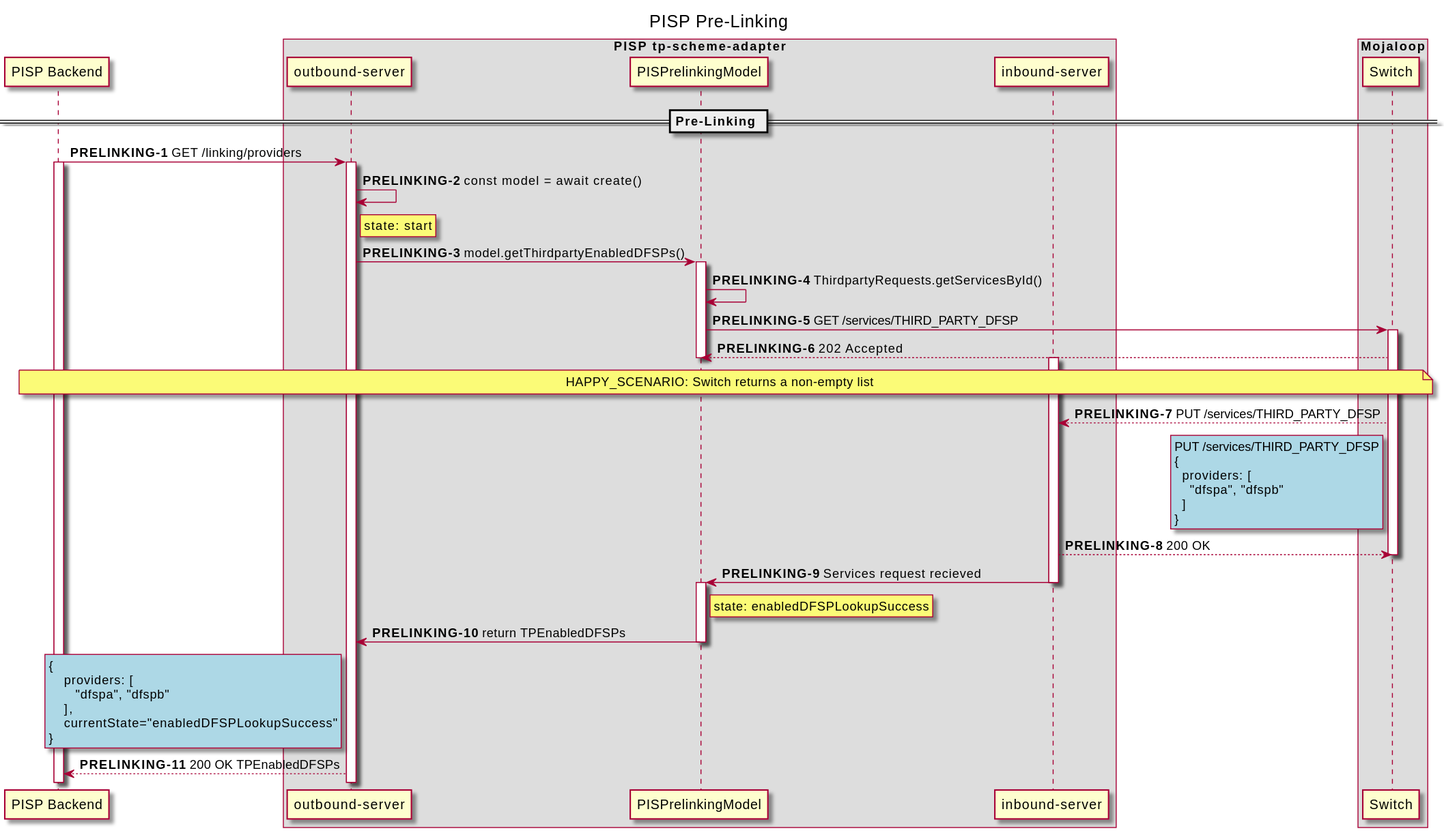
Above: out/docs/sequence/PISPPreLinkingApi/PISP Pre-Linking.svg in mojaloop/thirdparty-sdk (PlantUML), before the change.
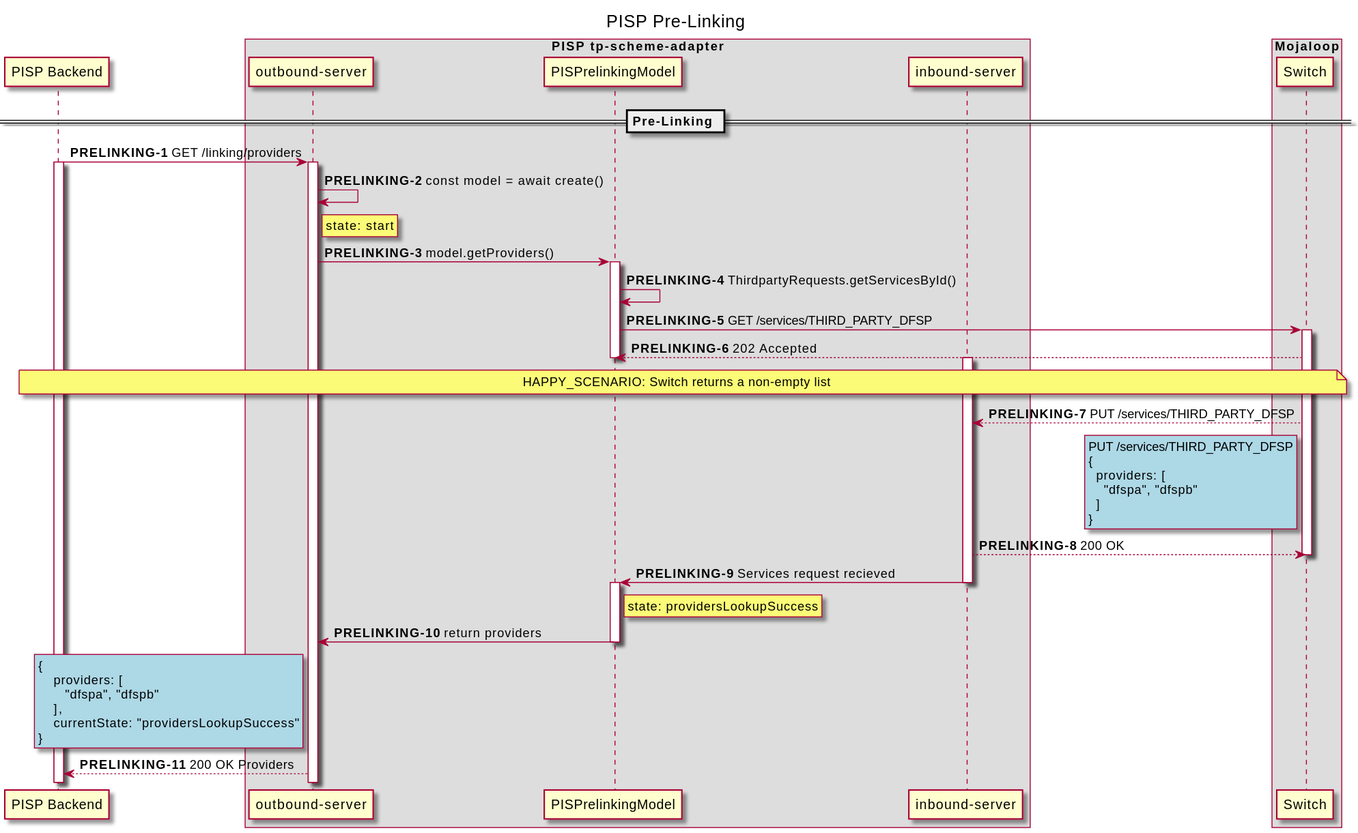
The same file after the commit.

Change to the diagram source:
```diff
@@ -22,7 +22,7 @@
 
 PISP_TP_OUT -> PISP_TP_OUT: const model = await create()
 rnote right of PISP_TP_OUT: state: start
-PISP_TP_OUT -> PISP_PLM: model.getThirdpartyEnabledDFSPs()
+PISP_TP_OUT -> PISP_PLM: model.getProviders()
 
 activate PISP_PLM
 
@@ -57,8 +57,8 @@
 deactivate PISP_TP_IN
 activate PISP_PLM
 
-rnote right of PISP_PLM: state: enabledDFSPLookupSuccess
-PISP_PLM -> PISP_TP_OUT: return TPEnabledDFSPs
+rnote right of PISP_PLM: state: providersLookupSuccess
+PISP_PLM -> PISP_TP_OUT: return providers
 
 deactivate PISP_PLM
 rnote left of PISP_TP_OUT #LightBlue
@@ -66,9 +66,9 @@
     providers: [
        "dfspa", "dfspb"
     ],
-    currentState="enabledDFSPLookupSuccess"
+    currentState: "providersLookupSuccess"
 }
 end note
-PISP_TP_OUT --> PISP: 200 OK TPEnabledDFSPs
+PISP_TP_OUT --> PISP: 200 OK Providers
 
 @enduml
```
